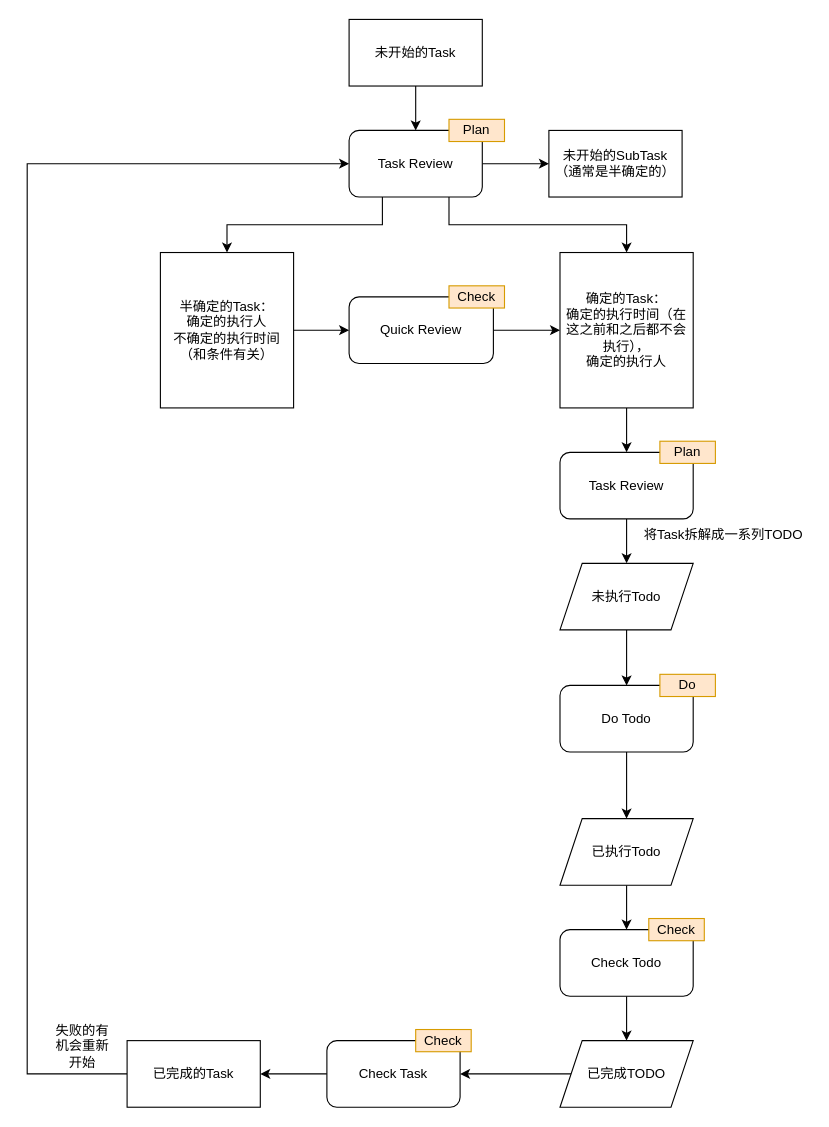
The draw.io diagram page "Task/Todo" (5 of 6) of doc/agent & workflow.drawio in fiatrete/OpenDAN-Personal-AI-OS, before the edit. Source tidied: cells renumbered, new cells numbered last; positions are measured from the earlier drawing's top-left corner, leaving out a move shared by most shapes. Both pictures are drawn from the tidied source at 111%, with x=0, y=0 at pixel (27, 19).
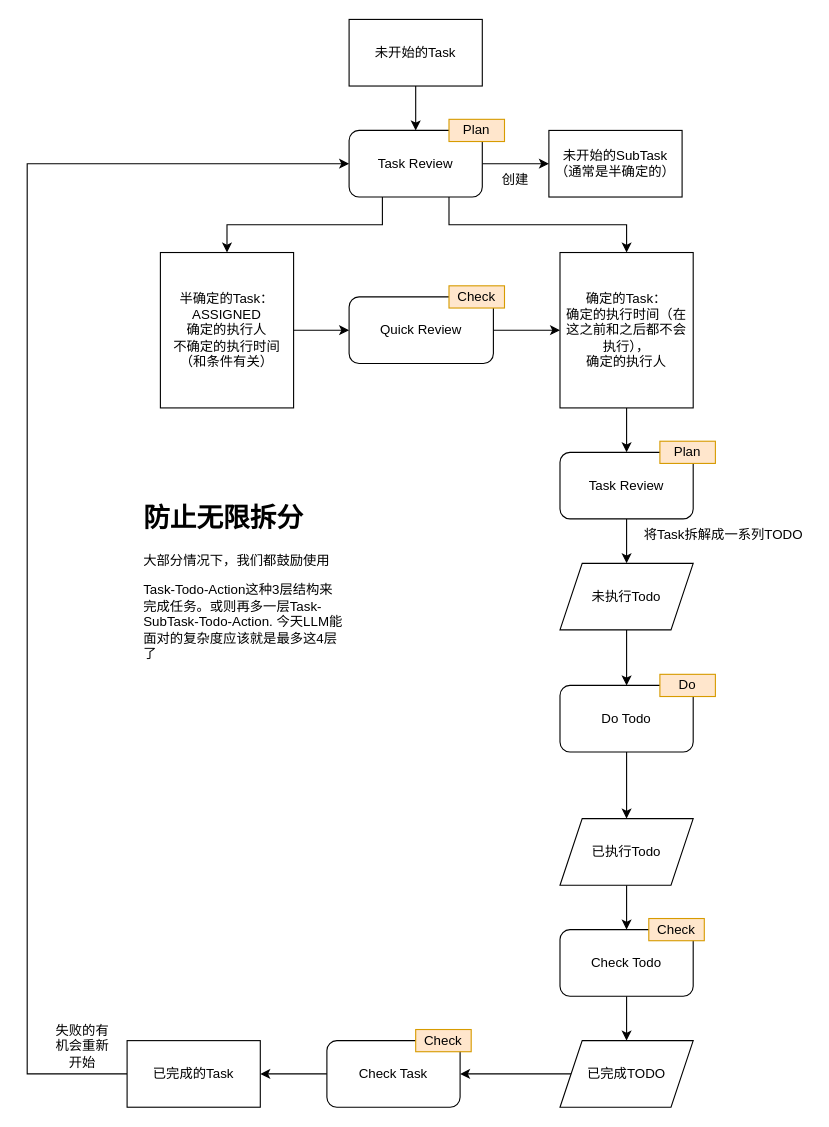
After the change.

Change to the diagram source:
```diff
@@
-    <mxCell id="13" value="半确定的Task：&lt;br&gt;确定的执行人&lt;br&gt;不确定的执行时间（和条件有关）" style="rounded=0;whiteSpace=wrap;html=1;" parent="1" vertex="1">
+    <mxCell id="13" value="半确定的Task：&lt;br&gt;ASSIGNED&lt;br&gt;确定的执行人&lt;br&gt;不确定的执行时间（和条件有关）" style="rounded=0;whiteSpace=wrap;html=1;" parent="1" vertex="1">
       <mxGeometry x="120" y="210" width="120" height="140" as="geometry" />
     </mxCell>
@@
+    <mxCell id="39" value="创建" style="text;html=1;strokeColor=none;fillColor=none;align=center;verticalAlign=middle;whiteSpace=wrap;rounded=0;" parent="1" vertex="1">
+      <mxGeometry x="410" y="130" width="60" height="30" as="geometry" />
+    </mxCell>
+    <mxCell id="40" value="&lt;h1&gt;防止无限拆分&lt;/h1&gt;&lt;p&gt;大部分情况下，我们都鼓励使用&lt;/p&gt;&lt;p&gt;Task-Todo-Action这种3层结构来完成任务。或则再多一层Task-SubTask-Todo-Action. 今天LLM能面对的复杂度应该就是最多这4层了&lt;/p&gt;" style="text;html=1;strokeColor=none;fillColor=none;spacing=5;spacingTop=-20;whiteSpace=wrap;overflow=hidden;rounded=0;" parent="1" vertex="1">
+      <mxGeometry x="100" y="430" width="190" height="240" as="geometry" />
+    </mxCell>
```
